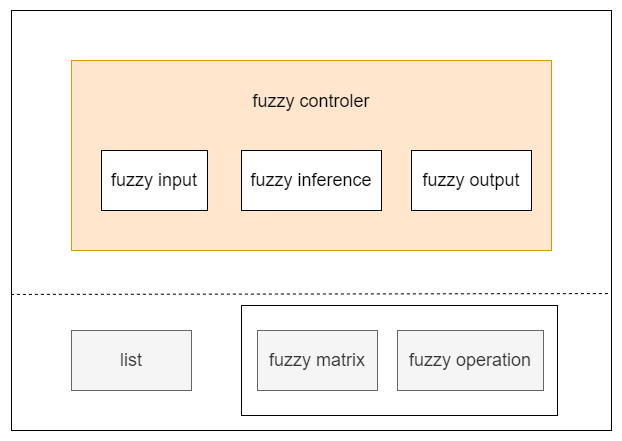
Above: img/算法核心框架.png in nayooooo/FuzzyControl (draw.io), before the change. Source tidied: cells renumbered, new cells last; positions are measured from the earlier drawing's top-left corner, leaving out a move shared by most shapes.
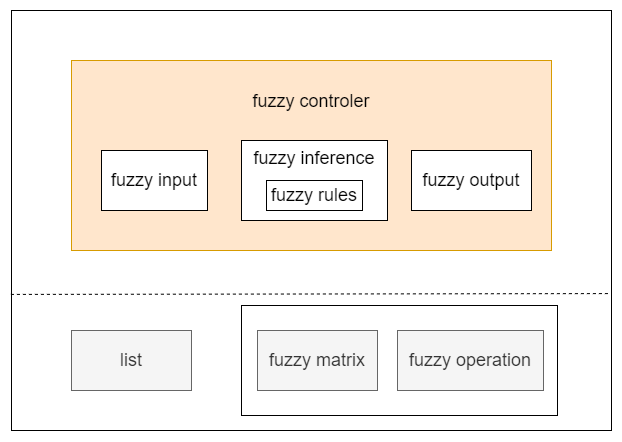
Above is the later version.

The edit, as a diff of the source:
```diff
@@ -26,11 +26,14 @@
     <mxCell id="9" value="fuzzy input" style="rounded=0;whiteSpace=wrap;html=1;fontSize=18;" parent="1" vertex="1">
       <mxGeometry x="90" y="140" width="106" height="60" as="geometry" />
     </mxCell>
-    <mxCell id="10" value="fuzzy inference" style="rounded=0;whiteSpace=wrap;html=1;fontSize=18;" parent="1" vertex="1">
-      <mxGeometry x="230" y="140" width="140" height="60" as="geometry" />
+    <mxCell id="10" value="fuzzy inference&lt;br&gt;&lt;br&gt;&lt;br&gt;" style="rounded=0;whiteSpace=wrap;html=1;fontSize=18;" parent="1" vertex="1">
+      <mxGeometry x="230" y="130" width="146" height="80" as="geometry" />
     </mxCell>
     <mxCell id="11" value="fuzzy output" style="rounded=0;whiteSpace=wrap;html=1;fontSize=18;" parent="1" vertex="1">
       <mxGeometry x="400" y="140" width="120" height="60" as="geometry" />
     </mxCell>
+    <mxCell id="12" value="fuzzy rules" style="rounded=0;whiteSpace=wrap;html=1;fontSize=18;" parent="1" vertex="1">
+      <mxGeometry x="255" y="170" width="96" height="30" as="geometry" />
+    </mxCell>
   </root>
 </mxGraphModel>
```
